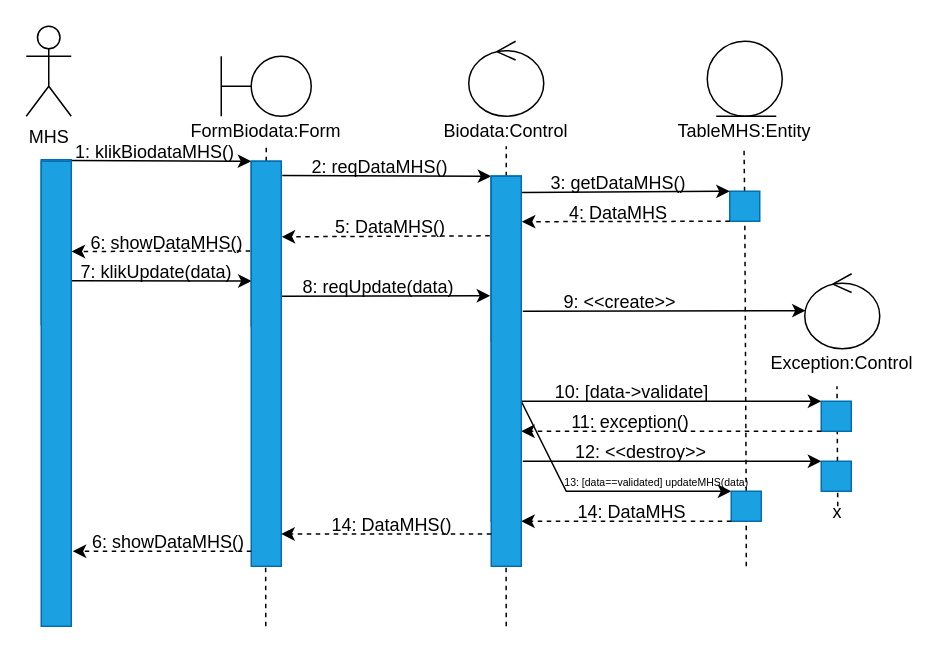
Earlier version of the draw.io diagram Biodata-Sequence diagram.drawio (yogadwipayana/ERD). Source tidied: cells renumbered, new cells numbered last; positions are measured from the earlier drawing's top-left corner, leaving out a move shared by most shapes. Both pictures are drawn from the tidied source at 150%, with x=0, y=0 at pixel (26, 26).
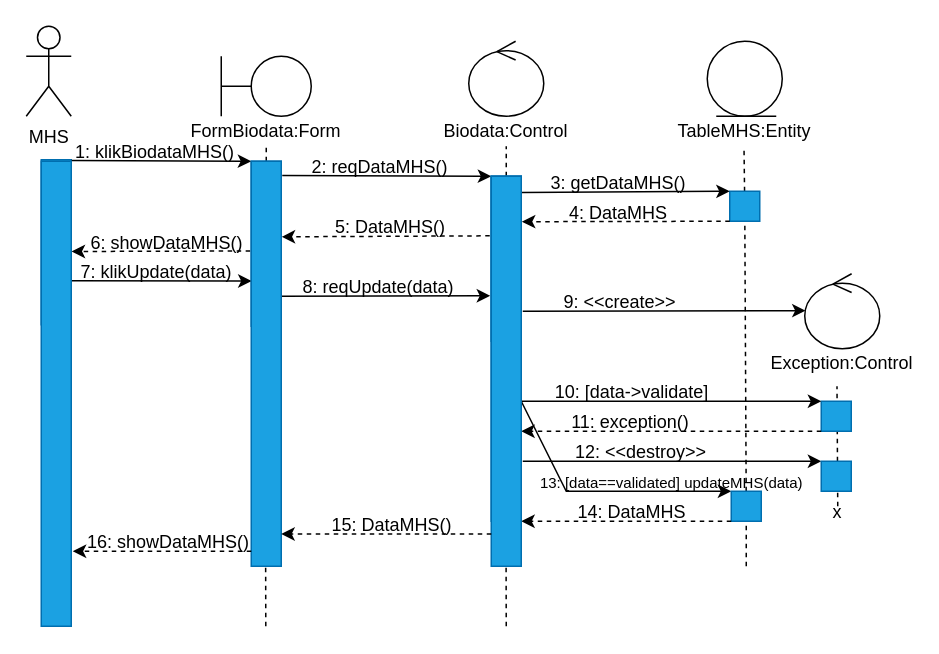
The same diagram, later.

The edit, as a diff of the source:
```diff
@@
-    <mxCell id="52" value="13: [data==validated] updateMHS(data)" style="text;html=1;whiteSpace=wrap;strokeColor=none;fillColor=none;align=center;verticalAlign=middle;rounded=0;fontSize=7;" parent="1" vertex="1">
-      <mxGeometry x="328" y="299" width="185" height="11" as="geometry" />
+    <mxCell id="52" value="13: [data==validated] updateMHS(data)" style="text;html=1;whiteSpace=wrap;strokeColor=none;fillColor=none;align=center;verticalAlign=middle;rounded=0;fontSize=10;" parent="1" vertex="1">
+      <mxGeometry x="338" y="298" width="185" height="11" as="geometry" />
     </mxCell>
@@
-    <mxCell id="65" value="14: DataMHS()" style="text;html=1;whiteSpace=wrap;strokeColor=none;fillColor=none;align=center;verticalAlign=middle;rounded=0;fontSize=12;" parent="1" vertex="1">
+    <mxCell id="65" value="15: DataMHS()" style="text;html=1;whiteSpace=wrap;strokeColor=none;fillColor=none;align=center;verticalAlign=middle;rounded=0;fontSize=12;" parent="1" vertex="1">
       <mxGeometry x="179" y="327.5" width="130" height="10" as="geometry" />
     </mxCell>
@@
-    <mxCell id="67" value="6: showDataMHS()" style="text;html=1;whiteSpace=wrap;strokeColor=none;fillColor=none;align=center;verticalAlign=middle;rounded=0;fontSize=12;" parent="1" vertex="1">
+    <mxCell id="67" value="16: showDataMHS()" style="text;html=1;whiteSpace=wrap;strokeColor=none;fillColor=none;align=center;verticalAlign=middle;rounded=0;fontSize=12;" parent="1" vertex="1">
       <mxGeometry x="30" y="338" width="130" height="11" as="geometry" />
     </mxCell>
```
